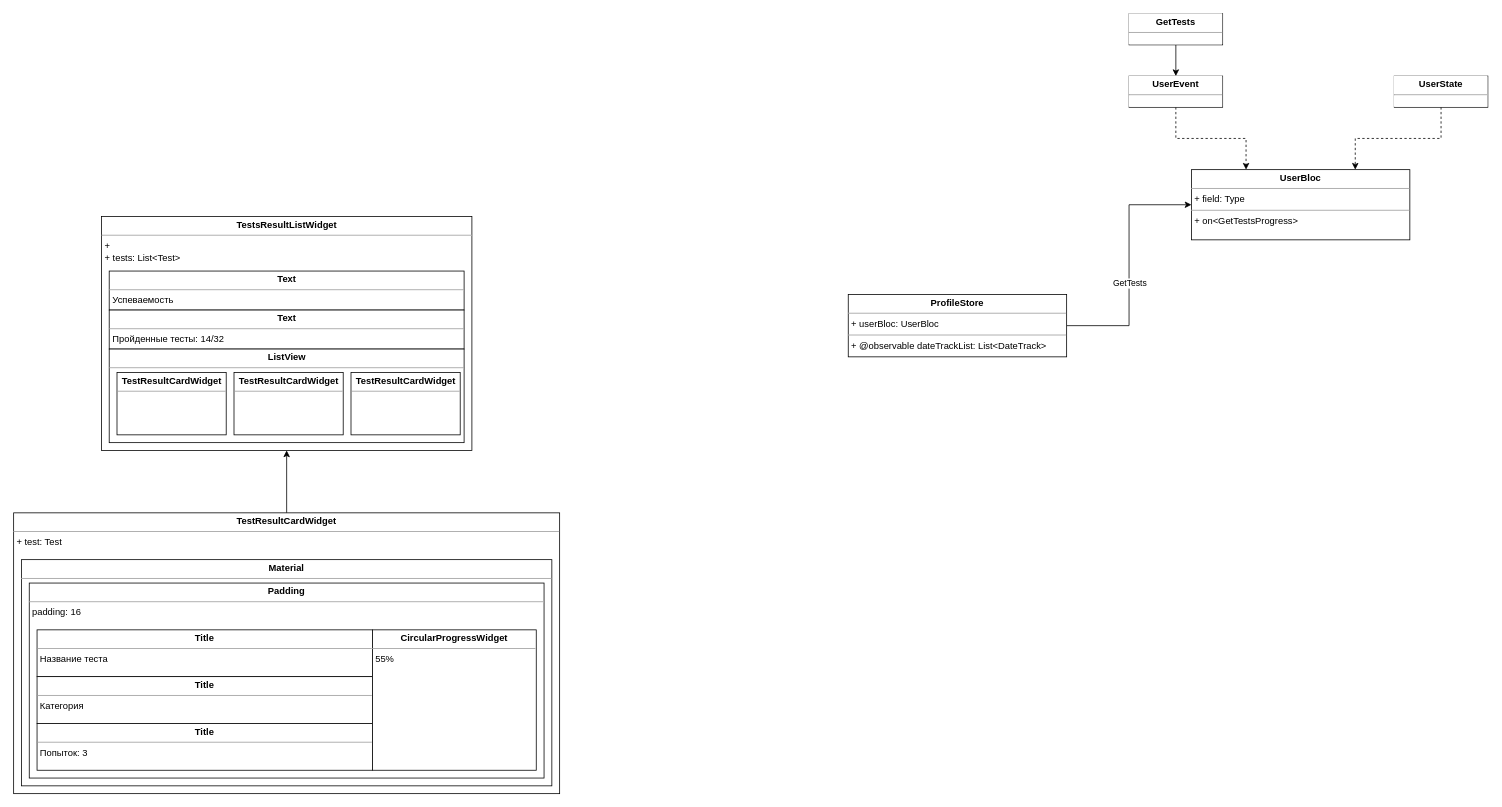
This is feature/grade_carousel.drawio from ShiryaevNikolay/diagrams, a draw.io file, before an edit. Source tidied: cells renumbered, new cells numbered last; positions are measured from the earlier drawing's top-left corner, leaving out a move shared by most shapes. Both pictures are drawn from the tidied source at 78%, with x=0, y=0 at pixel (13, 13).
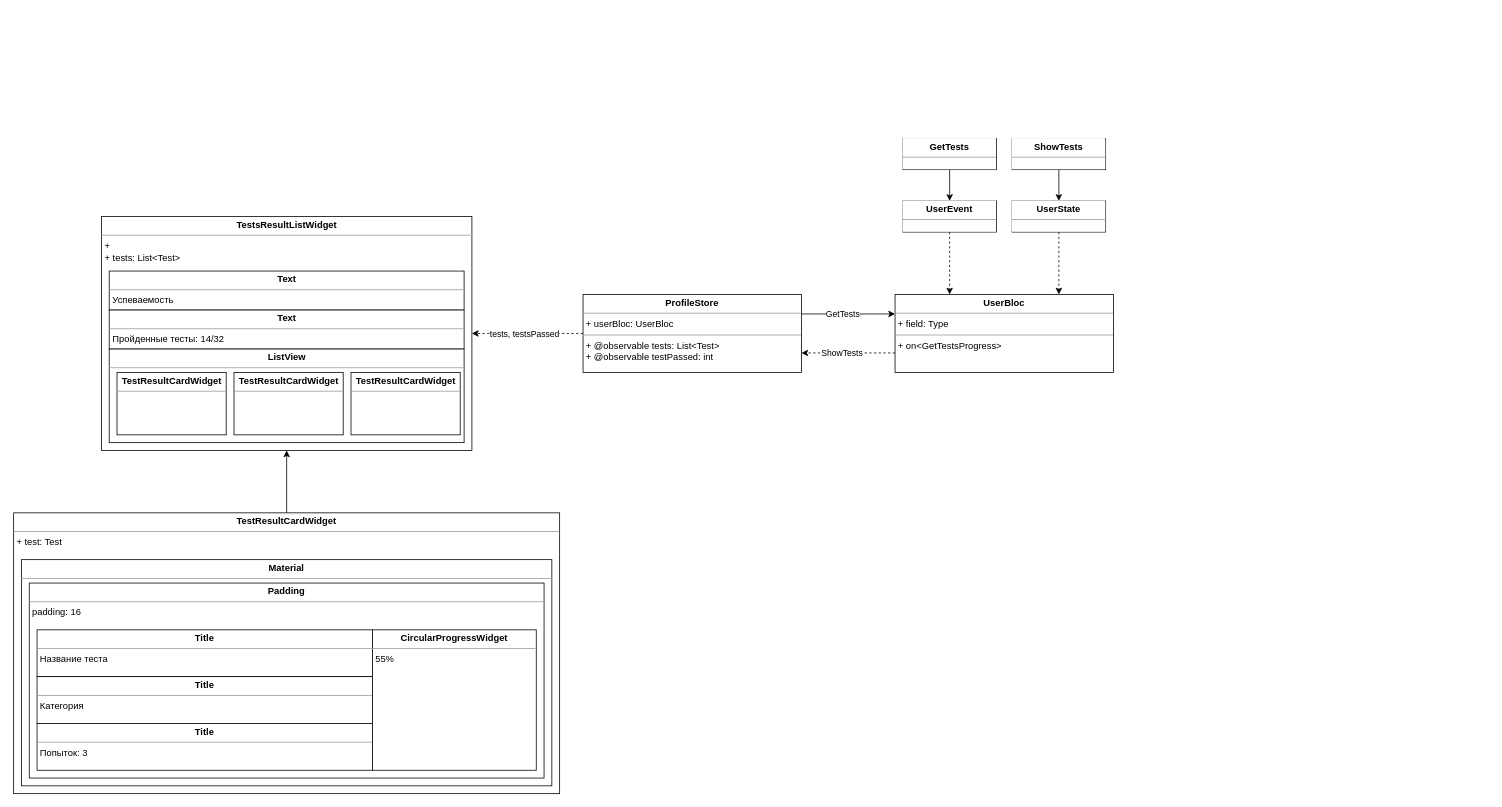
The same page after the edit.

Unchanged cells that the change refers to:
```xml
<mxCell id="20" value="&lt;p style=&quot;margin: 0px ; margin-top: 4px ; text-align: center&quot;&gt;&lt;b&gt;TestsResultListWidget&lt;/b&gt;&lt;/p&gt;&lt;hr size=&quot;1&quot;&gt;&lt;p style=&quot;margin: 0px ; margin-left: 4px&quot;&gt;+ &lt;br&gt;&lt;/p&gt;&lt;p style=&quot;margin: 0px ; margin-left: 4px&quot;&gt;+ tests: List&amp;lt;Test&amp;gt;&lt;br&gt;&lt;/p&gt;" style="verticalAlign=top;align=left;overflow=fill;fontSize=12;fontFamily=Helvetica;html=1;" parent="1" vertex="1">
  <mxGeometry x="112.5" y="260" width="475" height="300" as="geometry" />
</mxCell>
```

Change to the diagram source:
```diff
@@
+    <mxCell id="27" style="edgeStyle=orthogonalEdgeStyle;rounded=0;jettySize=auto;html=1;exitX=0;exitY=0.75;exitDx=0;exitDy=0;entryX=1;entryY=0.75;entryDx=0;entryDy=0;dashed=1;" parent="1" edge="1" source="2" target="11">
+      <mxGeometry relative="1" as="geometry" />
+    </mxCell>
+    <mxCell id="28" value="ShowTests" style="edgeLabel;html=1;align=center;verticalAlign=middle;" parent="27" vertex="1">
+      <mxGeometry x="0.15" y="-1" relative="1" as="geometry" />
+    </mxCell>
     <mxCell id="2" value="&lt;p style=&quot;margin: 0px ; margin-top: 4px ; text-align: center&quot;&gt;&lt;b&gt;UserBloc&lt;/b&gt;&lt;/p&gt;&lt;hr size=&quot;1&quot;&gt;&lt;p style=&quot;margin: 0px ; margin-left: 4px&quot;&gt;+ field: Type&lt;/p&gt;&lt;hr size=&quot;1&quot;&gt;&lt;p style=&quot;margin: 0px ; margin-left: 4px&quot;&gt;+ on&amp;lt;GetTestsProgress&amp;gt;&lt;/p&gt;" style="verticalAlign=top;align=left;overflow=fill;fontSize=12;fontFamily=Helvetica;html=1;" parent="1" vertex="1">
-      <mxGeometry x="1510" y="200" width="280" height="90" as="geometry" />
+      <mxGeometry x="1130" y="360" width="280" height="100" as="geometry" />
     </mxCell>
@@
     <mxCell id="4" value="&lt;p style=&quot;margin: 0px ; margin-top: 4px ; text-align: center&quot;&gt;&lt;b&gt;UserEvent&lt;/b&gt;&lt;/p&gt;&lt;hr size=&quot;1&quot;&gt;&lt;p style=&quot;margin: 0px ; margin-left: 4px&quot;&gt;&lt;br&gt;&lt;/p&gt;" style="verticalAlign=top;align=left;overflow=fill;fontSize=12;fontFamily=Helvetica;html=1;fillColor=default;strokeColor=default;fontColor=default;labelBackgroundColor=default;" parent="1" vertex="1">
-      <mxGeometry x="1430" y="80" width="120" height="40" as="geometry" />
+      <mxGeometry x="1140" y="240" width="120" height="40" as="geometry" />
     </mxCell>
@@
     <mxCell id="6" value="&lt;p style=&quot;margin: 0px ; margin-top: 4px ; text-align: center&quot;&gt;&lt;b&gt;UserState&lt;/b&gt;&lt;/p&gt;&lt;hr size=&quot;1&quot;&gt;&lt;p style=&quot;margin: 0px ; margin-left: 4px&quot;&gt;&lt;br&gt;&lt;/p&gt;" style="verticalAlign=top;align=left;overflow=fill;fontSize=12;fontFamily=Helvetica;html=1;fillColor=default;strokeColor=default;fontColor=default;labelBackgroundColor=default;" parent="1" vertex="1">
-      <mxGeometry x="1770" y="80" width="120" height="40" as="geometry" />
+      <mxGeometry x="1280" y="240" width="120" height="40" as="geometry" />
     </mxCell>
@@
     <mxCell id="8" value="&lt;p style=&quot;margin: 0px ; margin-top: 4px ; text-align: center&quot;&gt;&lt;b&gt;GetTests&lt;/b&gt;&lt;/p&gt;&lt;hr size=&quot;1&quot;&gt;&lt;p style=&quot;margin: 0px ; margin-left: 4px&quot;&gt;&lt;br&gt;&lt;/p&gt;" style="verticalAlign=top;align=left;overflow=fill;fontSize=12;fontFamily=Helvetica;html=1;fillColor=default;strokeColor=default;fontColor=default;labelBackgroundColor=default;" parent="1" vertex="1">
-      <mxGeometry x="1430" width="120" height="40" as="geometry" />
+      <mxGeometry x="1140" y="160" width="120" height="40" as="geometry" />
     </mxCell>
+    <mxCell id="29" style="edgeStyle=orthogonalEdgeStyle;rounded=0;jettySize=auto;html=1;exitX=0;exitY=0.5;exitDx=0;exitDy=0;entryX=1;entryY=0.5;entryDx=0;entryDy=0;dashed=1;" parent="1" edge="1" source="11" target="20">
+      <mxGeometry relative="1" as="geometry" />
+    </mxCell>
+    <mxCell id="30" value="tests, testsPassed" style="edgeLabel;html=1;align=center;verticalAlign=middle;" parent="29" vertex="1">
+      <mxGeometry x="0.06" relative="1" as="geometry" />
+    </mxCell>
-    <mxCell id="9" style="edgeStyle=orthogonalEdgeStyle;rounded=0;jettySize=auto;html=1;entryX=0;entryY=0.5;entryDx=0;entryDy=0;exitX=1;exitY=0.5;exitDx=0;exitDy=0;" parent="1" edge="1" source="11" target="2">
+    <mxCell id="9" style="edgeStyle=orthogonalEdgeStyle;rounded=0;jettySize=auto;html=1;exitX=1;exitY=0.25;exitDx=0;exitDy=0;entryX=0;entryY=0.25;entryDx=0;entryDy=0;" parent="1" edge="1" source="11" target="2">
       <mxGeometry relative="1" as="geometry" />
     </mxCell>
@@
-    <mxCell id="11" value="&lt;p style=&quot;margin: 0px ; margin-top: 4px ; text-align: center&quot;&gt;&lt;b&gt;ProfileStore&lt;/b&gt;&lt;/p&gt;&lt;hr size=&quot;1&quot;&gt;&lt;p style=&quot;margin: 0px ; margin-left: 4px&quot;&gt;+ userBloc: UserBloc&lt;/p&gt;&lt;hr size=&quot;1&quot;&gt;&lt;p style=&quot;margin: 0px ; margin-left: 4px&quot;&gt;+ @observable dateTrackList: List&amp;lt;DateTrack&amp;gt;&lt;/p&gt;" style="verticalAlign=top;align=left;overflow=fill;fontSize=12;fontFamily=Helvetica;html=1;" parent="1" vertex="1">
-      <mxGeometry x="1070" y="360" width="280" height="80" as="geometry" />
+    <mxCell id="11" value="&lt;p style=&quot;margin: 0px ; margin-top: 4px ; text-align: center&quot;&gt;&lt;b&gt;ProfileStore&lt;/b&gt;&lt;/p&gt;&lt;hr size=&quot;1&quot;&gt;&lt;p style=&quot;margin: 0px ; margin-left: 4px&quot;&gt;+ userBloc: UserBloc&lt;/p&gt;&lt;hr size=&quot;1&quot;&gt;&lt;p style=&quot;margin: 0px ; margin-left: 4px&quot;&gt;+ @observable tests: List&amp;lt;Test&amp;gt;&lt;/p&gt;&lt;p style=&quot;margin: 0px ; margin-left: 4px&quot;&gt;+ @observable testPassed: int&lt;br&gt;&lt;/p&gt;" style="verticalAlign=top;align=left;overflow=fill;fontSize=12;fontFamily=Helvetica;html=1;" parent="1" vertex="1">
+      <mxGeometry x="730" y="360" width="280" height="100" as="geometry" />
     </mxCell>
@@
+    <mxCell id="31" style="edgeStyle=orthogonalEdgeStyle;rounded=0;jettySize=auto;html=1;entryX=0.5;entryY=0;entryDx=0;entryDy=0;" parent="1" edge="1" source="32" target="6">
+      <mxGeometry relative="1" as="geometry" />
+    </mxCell>
+    <mxCell id="32" value="&lt;p style=&quot;margin: 0px ; margin-top: 4px ; text-align: center&quot;&gt;&lt;b&gt;ShowTests&lt;/b&gt;&lt;br&gt;&lt;/p&gt;&lt;hr size=&quot;1&quot;&gt;&lt;p style=&quot;margin: 0px ; margin-left: 4px&quot;&gt;&lt;br&gt;&lt;/p&gt;" style="verticalAlign=top;align=left;overflow=fill;fontSize=12;fontFamily=Helvetica;html=1;fillColor=default;strokeColor=default;fontColor=default;labelBackgroundColor=default;" parent="1" vertex="1">
+      <mxGeometry x="1280" y="160" width="120" height="40" as="geometry" />
+    </mxCell>
```
